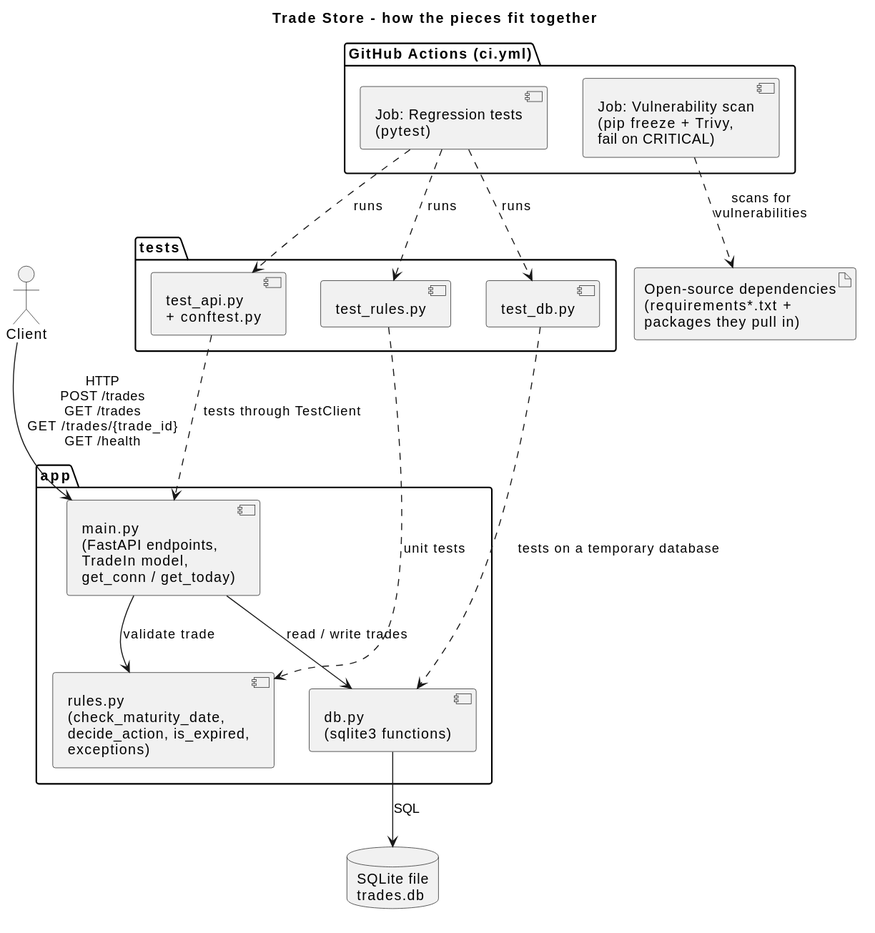
Before: docs/diagrams/components.svg, a diagram exported from PlantUML (nishantarya4/deutsche-assign).
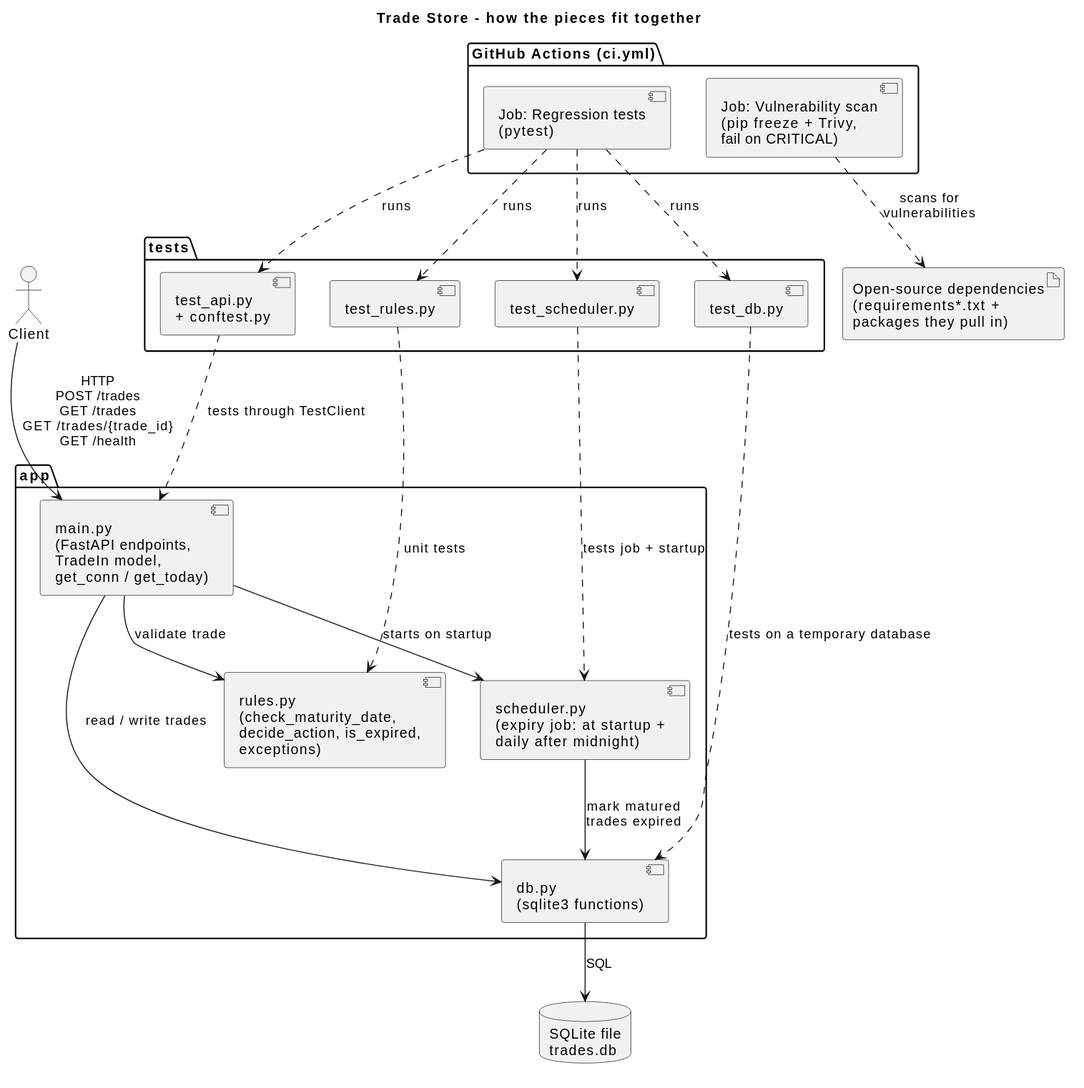
Above is the later version.

Commit message:
docs: describe scheduled expiry in README and component diagram

What changed in the source:
```diff
@@ -7,6 +7,7 @@
   component "main.py\n(FastAPI endpoints,\nTradeIn model,\nget_conn / get_today)" as Main
   component "rules.py\n(check_maturity_date,\ndecide_action, is_expired,\nexceptions)" as Rules
   component "db.py\n(sqlite3 functions)" as DB
+  component "scheduler.py\n(expiry job: at startup +\ndaily after midnight)" as Sched
 }
 
 database "SQLite file\ntrades.db" as SQLite
@@ -17,6 +18,7 @@
   component "test_rules.py" as TRules
   component "test_db.py" as TDB
   component "test_api.py\n+ conftest.py" as TAPI
+  component "test_scheduler.py" as TSched
 }
 
 package "GitHub Actions (ci.yml)" {
@@ -27,6 +29,8 @@
 Client --> Main : HTTP\nPOST /trades\nGET /trades\nGET /trades/{trade_id}\nGET /health
 Main --> Rules : validate trade
 Main --> DB : read / write trades
+Main --> Sched : starts on startup
+Sched --> DB : mark matured\ntrades expired
 DB --> SQLite : SQL
 
 TRules ..> Rules : unit tests
@@ -36,5 +40,7 @@
 CITest ..> TRules : runs
 CITest ..> TDB : runs
 CITest ..> TAPI : runs
+CITest ..> TSched : runs
+TSched ..> Sched : tests job + startup
 CIScan ..> Deps : scans for\nvulnerabilities
 @enduml
```
